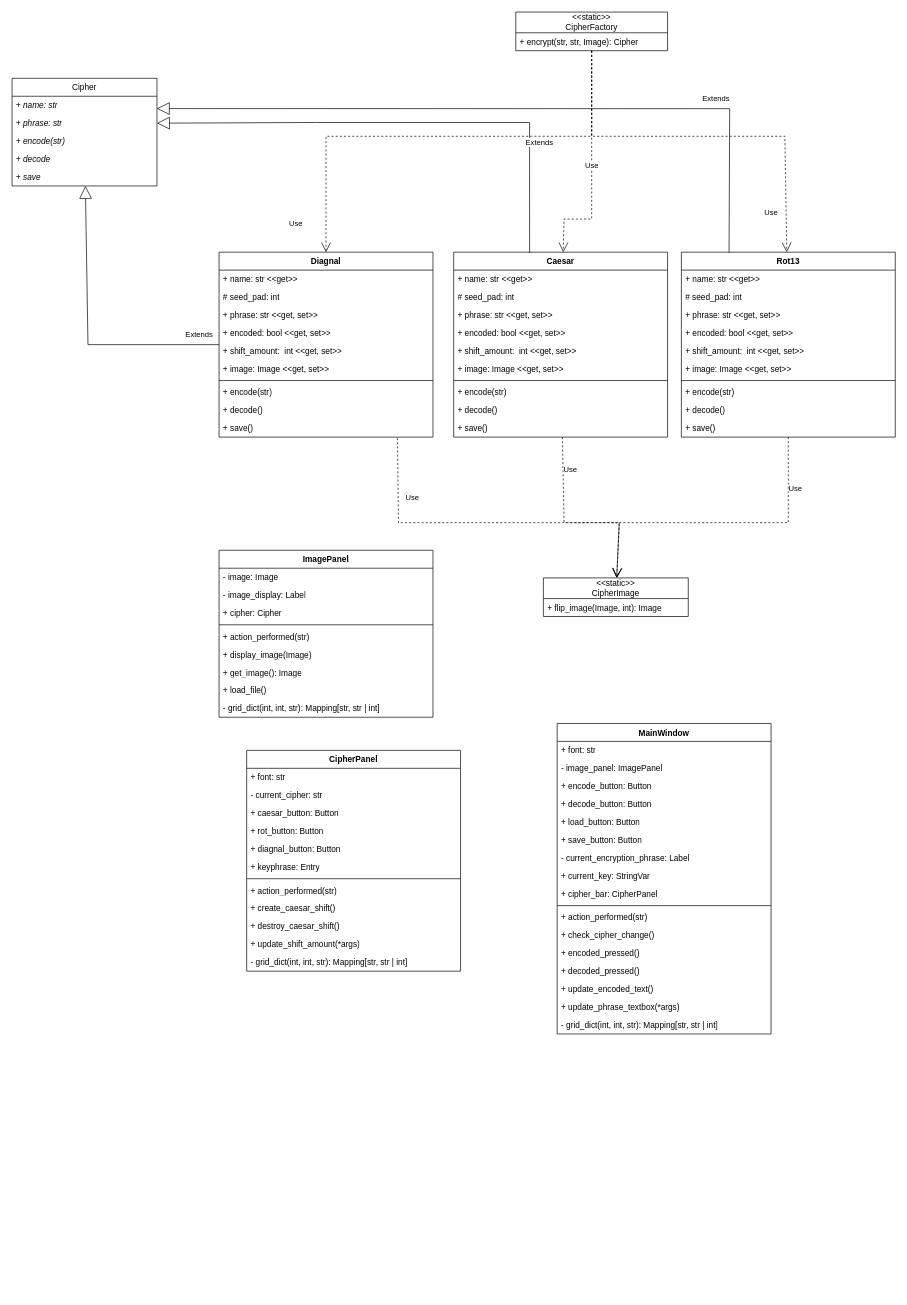
jessebabcock/cryptogram keeps this draw.io diagram as Uml.drawio. Above is the earlier version. Source tidied: cells renumbered, new cells numbered last; positions are measured from the earlier drawing's top-left corner, leaving out a move shared by most shapes. Both pictures are drawn from the tidied source at 69%, with x=0, y=0 at pixel (12, 12).
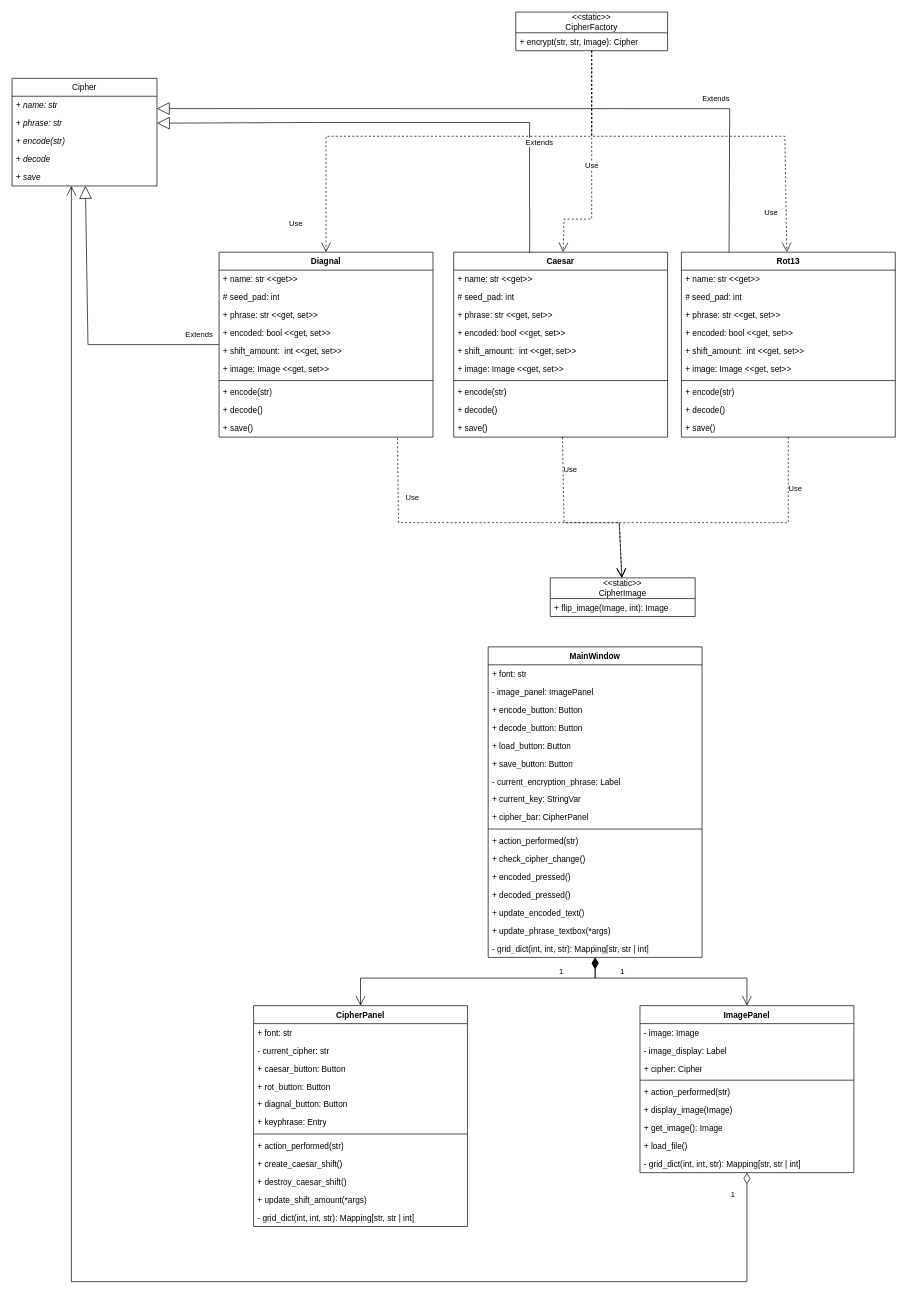
The same page after the edit.

Commit message:
updated UML and MainWindow

Unchanged cells that the change refers to:
```xml
<mxCell id="2" value="Cipher" style="swimlane;fontStyle=0;horizontal=1;startSize=26;fillColor=none;whiteSpace=wrap;html=1;" parent="1" vertex="1">
  <mxGeometry y="96" width="210" height="156" as="geometry" />
</mxCell>
```

The edit, as a diff of the source:
```diff
@@
     <mxCell id="8" value="&amp;lt;&amp;lt;static&amp;gt;&amp;gt;&lt;br&gt;CipherImage" style="swimlane;fontStyle=0;horizontal=1;startSize=30;fillColor=none;whiteSpace=wrap;html=1;" parent="1" vertex="1">
-      <mxGeometry x="770" y="820" width="210" height="56" as="geometry" />
+      <mxGeometry x="780" y="820" width="210" height="56" as="geometry" />
     </mxCell>
@@
     <mxCell id="54" value="CipherPanel" style="swimlane;fontStyle=1;align=center;verticalAlign=top;horizontal=1;startSize=26;whiteSpace=wrap;html=1;" parent="1" vertex="1">
-      <mxGeometry x="340" y="1070" width="310" height="320" as="geometry" />
+      <mxGeometry x="350" y="1440" width="310" height="320" as="geometry" />
     </mxCell>
@@
     <mxCell id="67" value="ImagePanel" style="swimlane;fontStyle=1;align=center;verticalAlign=top;horizontal=1;startSize=26;whiteSpace=wrap;html=1;" parent="1" vertex="1">
-      <mxGeometry x="300" y="780" width="310" height="242" as="geometry" />
+      <mxGeometry x="910" y="1440" width="310" height="242" as="geometry" />
     </mxCell>
@@
     <mxCell id="77" value="MainWindow" style="swimlane;fontStyle=1;align=center;verticalAlign=top;horizontal=1;startSize=26;whiteSpace=wrap;html=1;" parent="1" vertex="1">
-      <mxGeometry x="790" y="1031" width="310" height="450" as="geometry" />
+      <mxGeometry x="690" y="920" width="310" height="450" as="geometry" />
     </mxCell>
@@
+    <mxCell id="95" value="1" style="endArrow=open;html=1;endSize=12;startArrow=diamondThin;startSize=14;startFill=1;edgeStyle=orthogonalEdgeStyle;align=left;verticalAlign=bottom;rounded=0;" parent="1" edge="1" source="77" target="67">
+      <mxGeometry x="-0.55" relative="1" as="geometry">
+        <Array as="points">
+          <mxPoint x="845" y="1400" />
+          <mxPoint x="1065" y="1400" />
+        </Array>
+      </mxGeometry>
+    </mxCell>
+    <mxCell id="96" value="1" style="endArrow=open;html=1;endSize=12;startArrow=diamondThin;startSize=14;startFill=1;edgeStyle=orthogonalEdgeStyle;align=left;verticalAlign=bottom;rounded=0;" parent="1" edge="1" source="77" target="54">
+      <mxGeometry x="-0.59" relative="1" as="geometry">
+        <Array as="points">
+          <mxPoint x="845" y="1400" />
+          <mxPoint x="505" y="1400" />
+        </Array>
+      </mxGeometry>
+    </mxCell>
+    <mxCell id="97" value="1" style="endArrow=open;html=1;endSize=12;startArrow=diamondThin;startSize=14;startFill=0;edgeStyle=orthogonalEdgeStyle;align=left;verticalAlign=bottom;rounded=0;" parent="1" edge="1" source="67" target="2">
+      <mxGeometry x="-0.97" y="-25" relative="1" as="geometry">
+        <Array as="points">
+          <mxPoint x="1065" y="1840" />
+          <mxPoint x="86" y="1840" />
+        </Array>
+      </mxGeometry>
+    </mxCell>
```
